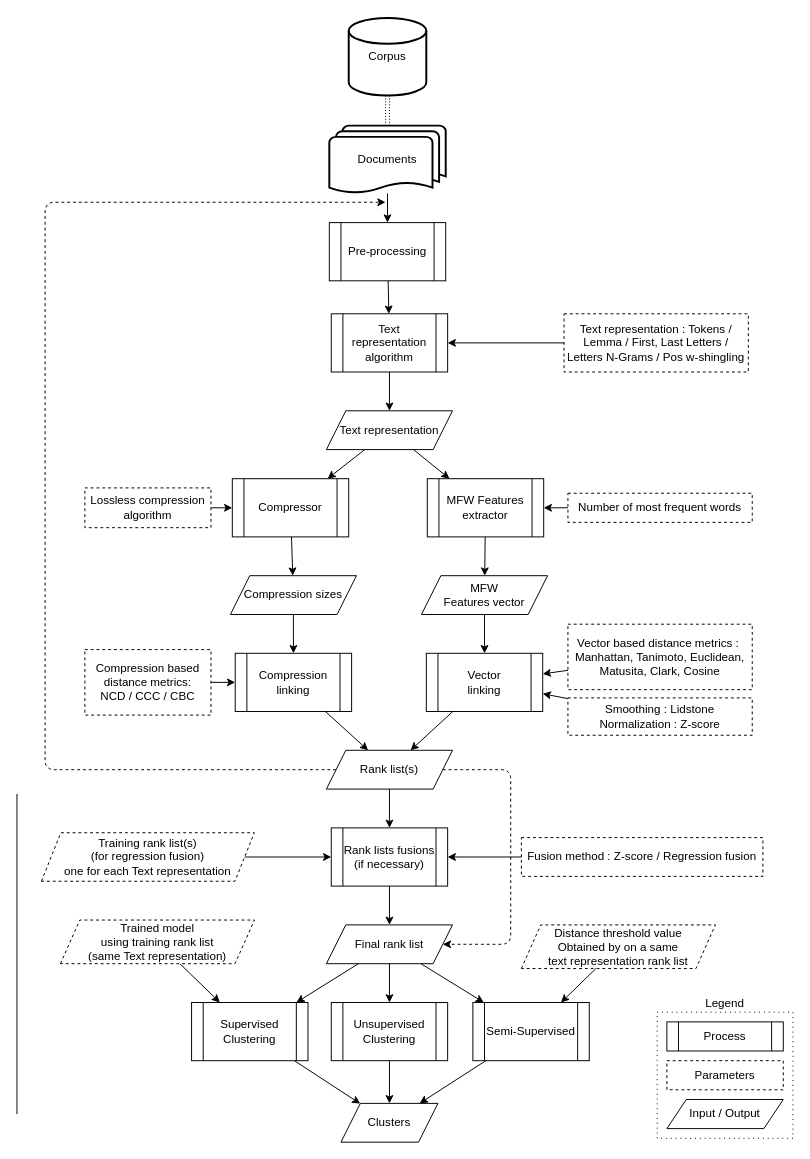
This is page "Page-1" (1 of 3) of schema/pipeline.drawio from TheRaphael0000/master_thesis, a draw.io file, before an edit. Source tidied: cells renumbered, new cells numbered last; positions are measured from the earlier drawing's top-left corner, leaving out a move shared by most shapes. Both pictures are drawn from the tidied source at 97%, with x=0, y=0 at pixel (16, 17).
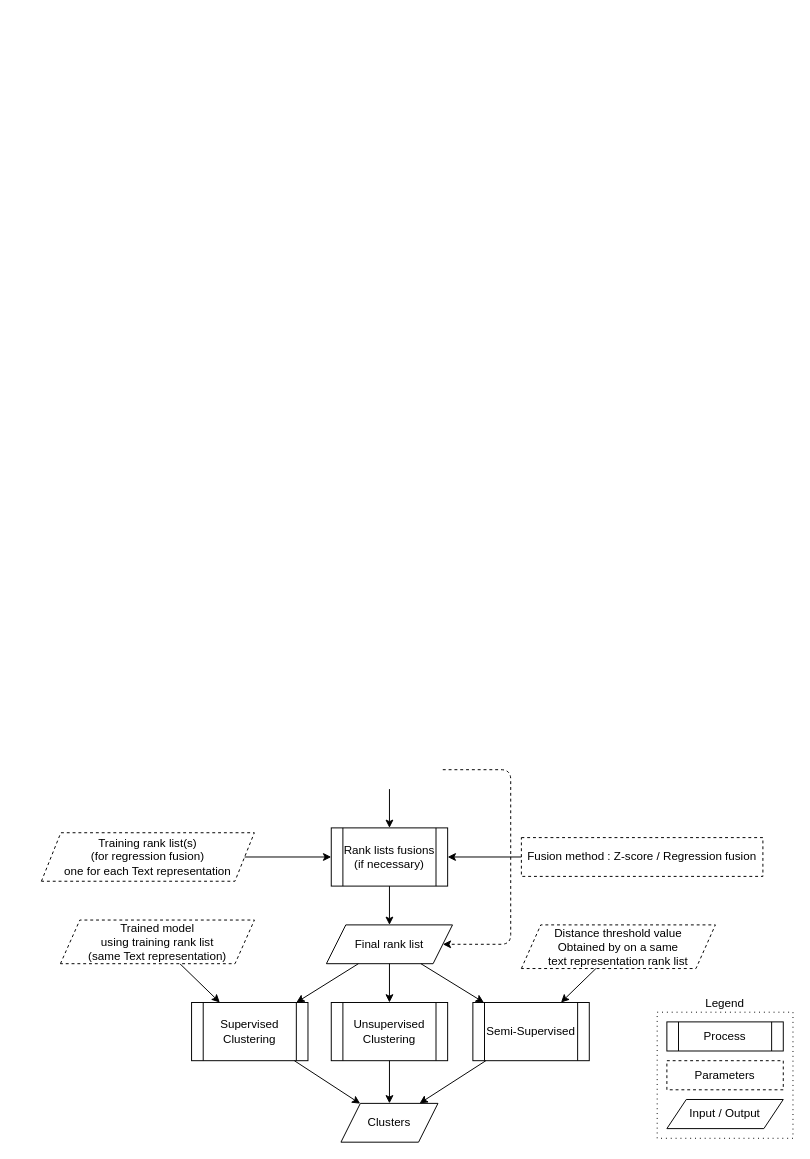
Above is the later version.

Unchanged cells that the change refers to:
```xml
<mxCell id="9" value="Rank lists fusions&lt;br&gt;(if necessary)" style="shape=process;whiteSpace=wrap;html=1;backgroundOutline=1;" parent="1" vertex="1">
  <mxGeometry x="324" y="835" width="120" height="60" as="geometry" />
</mxCell>
<mxCell id="10" value="&lt;span&gt;Final rank list&lt;/span&gt;" style="shape=parallelogram;perimeter=parallelogramPerimeter;whiteSpace=wrap;html=1;fixedSize=1;" parent="1" vertex="1">
  <mxGeometry x="319" y="935" width="130" height="40" as="geometry" />
</mxCell>
```

Diff of the diagram source:
```diff
@@
-    <mxCell id="3" value="Documents" style="strokeWidth=2;html=1;shape=mxgraph.flowchart.multi-document;whiteSpace=wrap;" parent="1" vertex="1">
-      <mxGeometry x="322" y="111" width="120" height="70" as="geometry" />
-    </mxCell>
-    <mxCell id="4" value="Corpus" style="strokeWidth=2;html=1;shape=mxgraph.flowchart.database;whiteSpace=wrap;" parent="1" vertex="1">
-      <mxGeometry x="342" width="80" height="80" as="geometry" />
-    </mxCell>
-    <mxCell id="5" value="&lt;span&gt;Rank list(s)&lt;/span&gt;" style="shape=parallelogram;perimeter=parallelogramPerimeter;whiteSpace=wrap;html=1;fixedSize=1;" parent="1" vertex="1">
-      <mxGeometry x="319" y="755" width="130" height="40" as="geometry" />
-    </mxCell>
@@
-    <mxCell id="7" value="MFW&lt;br&gt;Features vector" style="shape=parallelogram;perimeter=parallelogramPerimeter;whiteSpace=wrap;html=1;fixedSize=1;" parent="1" vertex="1">
-      <mxGeometry x="417" y="575" width="130" height="40" as="geometry" />
-    </mxCell>
-    <mxCell id="8" value="Vector&lt;br&gt;linking" style="shape=process;whiteSpace=wrap;html=1;backgroundOutline=1;" parent="1" vertex="1">
-      <mxGeometry x="422" y="655" width="120" height="60" as="geometry" />
-    </mxCell>
@@
-    <mxCell id="11" style="endArrow=classic;startArrow=classic;html=1;dashed=1;dashPattern=1 2;shape=link;" parent="1" edge="1" source="4" target="3">
-      <mxGeometry x="50" y="50" as="geometry" />
-    </mxCell>
-    <mxCell id="12" style="endArrow=classic;html=1;" parent="1" edge="1" source="7" target="8">
-      <mxGeometry x="48" y="295" as="geometry" />
-    </mxCell>
-    <mxCell id="13" style="endArrow=classic;html=1;" parent="1" edge="1" source="8" target="5">
-      <mxGeometry x="48" y="295" as="geometry" />
-    </mxCell>
@@
-    <mxCell id="17" style="endArrow=classic;html=1;" parent="1" edge="1" source="5" target="9">
-      <mxGeometry x="48" y="295" as="geometry" />
+    <mxCell id="17" style="endArrow=classic;html=1;" parent="1" edge="1" target="9">
+      <mxGeometry x="48" y="295" as="geometry">
+        <mxPoint x="384" y="795" as="sourcePoint" />
+      </mxGeometry>
     </mxCell>
-    <mxCell id="18" value="Compression linking" style="shape=process;whiteSpace=wrap;html=1;backgroundOutline=1;" parent="1" vertex="1">
-      <mxGeometry x="225" y="655" width="120" height="60" as="geometry" />
-    </mxCell>
-    <mxCell id="19" style="endArrow=classic;html=1;" parent="1" edge="1" source="18" target="5">
-      <mxGeometry x="48" y="295" as="geometry" />
-    </mxCell>
-    <mxCell id="20" value="Vector based distance metrics :&amp;nbsp;&lt;br&gt;Manhattan, Tanimoto, Euclidean, Matusita, Clark, Cosine" style="text;html=1;fillColor=none;align=center;verticalAlign=middle;whiteSpace=wrap;rounded=0;dashed=1;strokeColor=#000000;" parent="1" vertex="1">
-      <mxGeometry x="568" y="625" width="190" height="67.5" as="geometry" />
-    </mxCell>
-    <mxCell id="21" style="endArrow=classic;html=1;" parent="1" edge="1" source="20" target="8">
-      <mxGeometry x="48" y="295" as="geometry" />
-    </mxCell>
-    <mxCell id="22" value="Compression based distance metrics:&lt;br&gt;NCD / CCC / CBC" style="text;html=1;fillColor=none;align=center;verticalAlign=middle;whiteSpace=wrap;rounded=0;dashed=1;strokeColor=#000000;" parent="1" vertex="1">
-      <mxGeometry x="70" y="651.2" width="130" height="67.5" as="geometry" />
-    </mxCell>
-    <mxCell id="23" style="endArrow=classic;html=1;" parent="1" edge="1" source="22" target="18">
-      <mxGeometry x="48" y="295" as="geometry" />
-    </mxCell>
-    <mxCell id="24" value="Compression sizes" style="shape=parallelogram;perimeter=parallelogramPerimeter;whiteSpace=wrap;html=1;fixedSize=1;" parent="1" vertex="1">
-      <mxGeometry x="220" y="575" width="130" height="40" as="geometry" />
-    </mxCell>
-    <mxCell id="25" value="Compressor" style="shape=process;whiteSpace=wrap;html=1;backgroundOutline=1;" parent="1" vertex="1">
-      <mxGeometry x="222" y="475" width="120" height="60" as="geometry" />
-    </mxCell>
-    <mxCell id="26" value="Lossless compression algorithm" style="text;html=1;fillColor=none;align=center;verticalAlign=middle;whiteSpace=wrap;rounded=0;dashed=1;strokeColor=#000000;" parent="1" vertex="1">
-      <mxGeometry x="70" y="484.5" width="130" height="41" as="geometry" />
-    </mxCell>
-    <mxCell id="27" style="endArrow=classic;html=1;" parent="1" edge="1" source="24" target="18">
-      <mxGeometry x="48" y="295" as="geometry" />
-    </mxCell>
-    <mxCell id="28" style="endArrow=classic;html=1;" parent="1" edge="1" source="25" target="24">
-      <mxGeometry x="48" y="295" as="geometry" />
-    </mxCell>
-    <mxCell id="29" style="endArrow=classic;html=1;" parent="1" edge="1" source="26" target="25">
-      <mxGeometry x="48" y="295" as="geometry" />
-    </mxCell>
-    <mxCell id="30" value="MFW Features&lt;br&gt;extractor" style="shape=process;whiteSpace=wrap;html=1;backgroundOutline=1;" parent="1" vertex="1">
-      <mxGeometry x="423" y="475" width="120" height="60" as="geometry" />
-    </mxCell>
-    <mxCell id="31" value="Text representation : Tokens / Lemma / First, Last Letters / Letters N-Grams / Pos w-shingling" style="text;html=1;fillColor=none;align=center;verticalAlign=middle;whiteSpace=wrap;rounded=0;dashed=1;strokeColor=#000000;" parent="1" vertex="1">
-      <mxGeometry x="564" y="305" width="190" height="60" as="geometry" />
-    </mxCell>
-    <mxCell id="32" style="endArrow=classic;html=1;" parent="1" edge="1" source="31" target="51">
-      <mxGeometry x="48" y="295" as="geometry" />
-    </mxCell>
-    <mxCell id="33" style="endArrow=classic;html=1;" parent="1" edge="1" source="30" target="7">
-      <mxGeometry x="48" y="295" as="geometry" />
-    </mxCell>
-    <mxCell id="34" style="endArrow=classic;html=1;dashed=1;targetPerimeterSpacing=0;startArrow=none;startFill=0;edgeStyle=elbowEdgeStyle;rounded=1;" parent="1" edge="1" source="5">
-      <mxGeometry x="48" y="295" as="geometry">
-        <mxPoint x="380" y="190" as="targetPoint" />
-        <Array as="points">
-          <mxPoint x="29" y="595" />
-        </Array>
-      </mxGeometry>
-    </mxCell>
@@
-    <mxCell id="42" value="Smoothing : Lidstone&lt;br&gt;Normalization : Z-score" style="text;html=1;fillColor=none;align=center;verticalAlign=middle;whiteSpace=wrap;rounded=0;dashed=1;strokeColor=#000000;" parent="1" vertex="1">
-      <mxGeometry x="568" y="701" width="190" height="38.5" as="geometry" />
-    </mxCell>
-    <mxCell id="43" style="endArrow=classic;html=1;" parent="1" edge="1" source="42" target="8">
-      <mxGeometry x="48" y="295" as="geometry" />
-    </mxCell>
-    <mxCell id="44" style="endArrow=classic;html=1;edgeStyle=elbowEdgeStyle;dashed=1;rounded=1;" parent="1" edge="1" source="5" target="10">
+    <mxCell id="44" style="endArrow=classic;html=1;edgeStyle=elbowEdgeStyle;dashed=1;rounded=1;" parent="1" edge="1" target="10">
       <mxGeometry relative="1" as="geometry">
+        <mxPoint x="439" y="775" as="sourcePoint" />
         <Array as="points">
           <mxPoint x="509" y="885" />
         </Array>
       </mxGeometry>
     </mxCell>
@@
-    <mxCell id="50" value="Text representation" style="shape=parallelogram;perimeter=parallelogramPerimeter;whiteSpace=wrap;html=1;fixedSize=1;" parent="1" vertex="1">
-      <mxGeometry x="319" y="405" width="130" height="40" as="geometry" />
-    </mxCell>
-    <mxCell id="51" value="Text representation&lt;br&gt;algorithm" style="shape=process;whiteSpace=wrap;html=1;backgroundOutline=1;" parent="1" vertex="1">
-      <mxGeometry x="324" y="305" width="120" height="60" as="geometry" />
-    </mxCell>
-    <mxCell id="52" value="Number of most frequent words" style="text;html=1;fillColor=none;align=center;verticalAlign=middle;whiteSpace=wrap;rounded=0;dashed=1;strokeColor=#000000;" parent="1" vertex="1">
-      <mxGeometry x="568" y="490" width="190" height="30" as="geometry" />
-    </mxCell>
-    <mxCell id="53" style="endArrow=classic;html=1;" parent="1" edge="1" source="52" target="30">
-      <mxGeometry x="58" y="305" as="geometry" />
-    </mxCell>
-    <mxCell id="54" style="endArrow=classic;html=1;strokeColor=#000000;fontSize=12;" parent="1" edge="1" source="50" target="25">
-      <mxGeometry relative="1" as="geometry" />
-    </mxCell>
-    <mxCell id="55" style="endArrow=classic;html=1;strokeColor=#000000;fontSize=12;" parent="1" edge="1" source="50" target="30">
-      <mxGeometry relative="1" as="geometry" />
-    </mxCell>
-    <mxCell id="56" style="endArrow=classic;html=1;strokeColor=#000000;fontSize=12;" parent="1" edge="1" source="51" target="50">
-      <mxGeometry relative="1" as="geometry" />
-    </mxCell>
@@
-    <mxCell id="59" value="Pre-processing" style="shape=process;whiteSpace=wrap;html=1;backgroundOutline=1;" parent="1" vertex="1">
-      <mxGeometry x="322" y="211" width="120" height="60" as="geometry" />
-    </mxCell>
-    <mxCell id="60" style="endArrow=classic;html=1;" parent="1" edge="1" source="3" target="59">
-      <mxGeometry relative="1" as="geometry" />
-    </mxCell>
-    <mxCell id="61" style="endArrow=classic;html=1;" parent="1" edge="1" source="59" target="51">
-      <mxGeometry relative="1" as="geometry" />
-    </mxCell>
@@
-    <mxCell id="67" style="endArrow=none;html=1;" parent="1" edge="1">
-      <mxGeometry relative="1" as="geometry">
-        <mxPoint y="1130" as="sourcePoint" />
-        <mxPoint y="800" as="targetPoint" />
-      </mxGeometry>
-    </mxCell>
```
